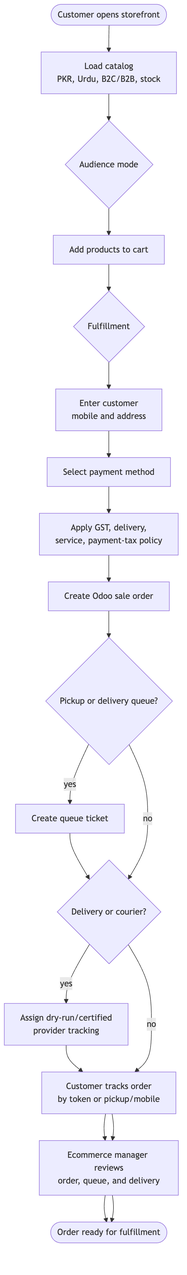
The Mermaid diagram docs/diagrams/png/08-ecommerce-checkout-user-flow.png in adeelarshad414/tijara-suite, before a commit. Its source is kept beside it as docs/diagrams/mmd/08-ecommerce-checkout-user-flow.mmd.
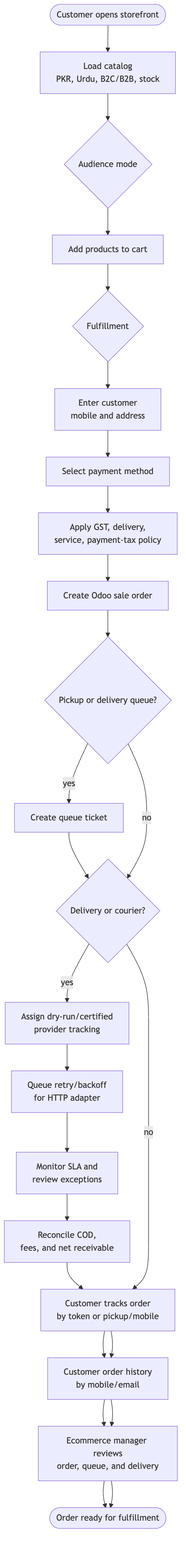
After the change.

Diff of the diagram source:
```diff
@@ -12,7 +12,11 @@
     Ticket["Create queue ticket"]
     Provider{"Delivery or courier?"}
     Shipment["Assign dry-run/certified\nprovider tracking"]
+    Retry["Queue retry/backoff\nfor HTTP adapter"]
+    Exception["Monitor SLA and\nreview exceptions"]
+    Reconcile["Reconcile COD,\nfees, and net receivable"]
     Track["Customer tracks order\nby token or pickup/mobile"]
+    History["Customer order history\nby mobile/email"]
     Review["Ecommerce manager reviews\norder, queue, and delivery"]
     Done(["Order ready for fulfillment"])
 
@@ -21,5 +25,5 @@
     CreateSO --> Queue
     Queue -- yes --> Ticket --> Provider
     Queue -- no --> Provider
-    Provider -- yes --> Shipment --> Track --> Review --> Done
-    Provider -- no --> Track --> Review --> Done
+    Provider -- yes --> Shipment --> Retry --> Exception --> Reconcile --> Track --> History --> Review --> Done
+    Provider -- no --> Track --> History --> Review --> Done
```
